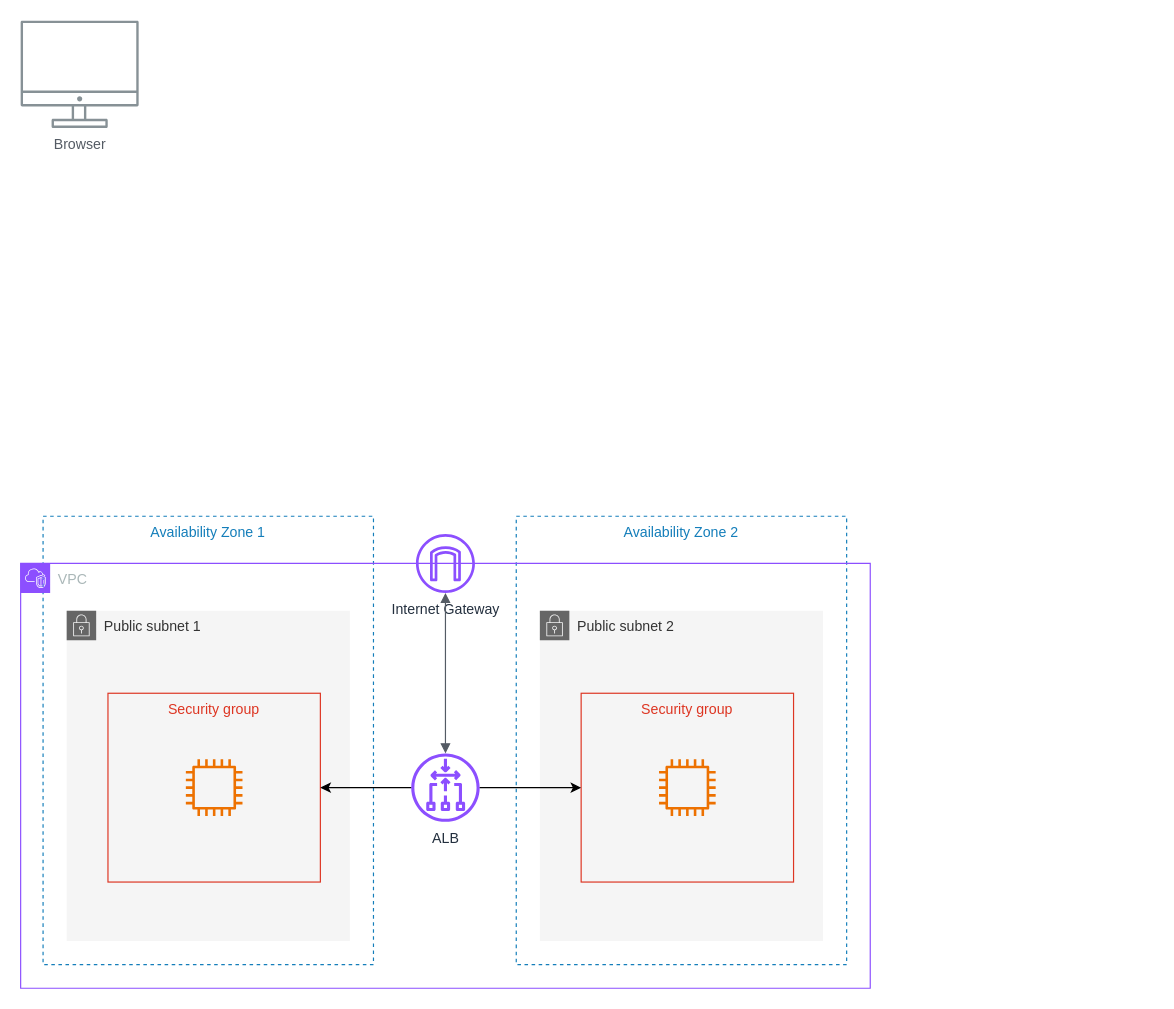
rayankhalilsebbar/draw.io keeps this draw.io diagram as Diagramme sans nom.drawio. Above is the earlier version. Source tidied: cells renumbered, new cells numbered last; positions are measured from the earlier drawing's top-left corner, leaving out a move shared by most shapes. Both pictures are drawn from the tidied source at 118%, with x=0, y=0 at pixel (20, 20).
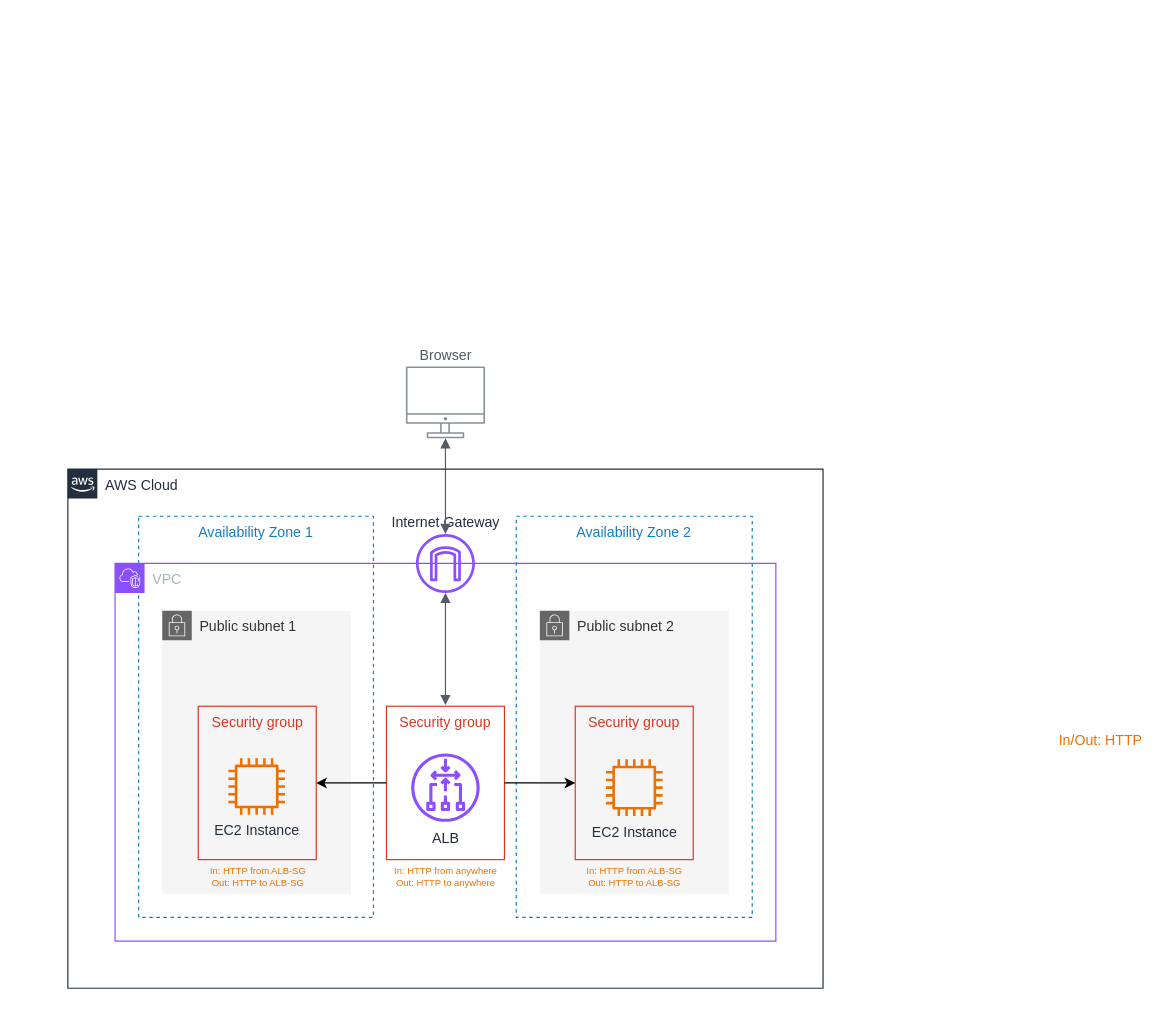
After the change.

Commit message:
Mettre à jour Diagramme sans nom.drawio

Change to the diagram source:
```diff
@@
+    <mxCell id="3" value="Availability Zone 2" style="fillColor=none;strokeColor=#147EBA;dashed=1;verticalAlign=top;fontStyle=0;fontColor=#147EBA;whiteSpace=wrap;html=1;" parent="1" vertex="1">
+      <mxGeometry x="420" y="420" width="200" height="340" as="geometry" />
+    </mxCell>
     <mxCell id="2" value="Availability Zone 1" style="fillColor=none;strokeColor=#147EBA;dashed=1;verticalAlign=top;fontStyle=0;fontColor=#147EBA;whiteSpace=wrap;html=1;" parent="1" vertex="1">
-      <mxGeometry x="19" y="420" width="280" height="380" as="geometry" />
+      <mxGeometry x="100" y="420" width="199" height="340" as="geometry" />
     </mxCell>
-    <mxCell id="3" value="Availability Zone 2" style="fillColor=none;strokeColor=#147EBA;dashed=1;verticalAlign=top;fontStyle=0;fontColor=#147EBA;whiteSpace=wrap;html=1;" parent="1" vertex="1">
-      <mxGeometry x="420" y="420" width="280" height="380" as="geometry" />
-    </mxCell>
-    <mxCell id="4" value="Browser" style="outlineConnect=0;gradientColor=none;fontColor=#545B64;strokeColor=none;fillColor=#879196;dashed=0;verticalLabelPosition=bottom;verticalAlign=top;align=center;html=1;fontSize=12;fontStyle=0;shape=mxgraph.aws4.illustration_desktop;labelBackgroundColor=#ffffff;" parent="1" vertex="1">
-      <mxGeometry width="100" height="91" as="geometry" />
+    <mxCell id="4" value="Browser" style="outlineConnect=0;gradientColor=none;fontColor=#545B64;strokeColor=none;fillColor=#879196;dashed=0;verticalLabelPosition=top;verticalAlign=bottom;align=center;html=1;fontSize=12;fontStyle=0;shape=mxgraph.aws4.illustration_desktop;labelBackgroundColor=#ffffff;labelPosition=center;" parent="1" vertex="1">
+      <mxGeometry x="326.5" y="293" width="67" height="61" as="geometry" />
     </mxCell>
     <mxCell id="5" value="Public subnet 1" style="html=1;whiteSpace=wrap;fontSize=12;fontStyle=0;shape=mxgraph.aws4.group;grIcon=mxgraph.aws4.group_security_group;grStroke=0;verticalAlign=top;align=left;spacingLeft=30;dashed=0;shadow=0;fillColor=#f5f5f5;strokeColor=#666666;fontColor=#333333;" parent="1" vertex="1">
-      <mxGeometry x="39" y="500" width="240" height="280" as="geometry" />
+      <mxGeometry x="120" y="500" width="160" height="240" as="geometry" />
     </mxCell>
     <mxCell id="6" value="Public subnet 2" style="html=1;whiteSpace=wrap;fontSize=12;fontStyle=0;shape=mxgraph.aws4.group;grIcon=mxgraph.aws4.group_security_group;grStroke=0;verticalAlign=top;align=left;spacingLeft=30;dashed=0;shadow=0;fillColor=#f5f5f5;strokeColor=#666666;fontColor=#333333;" parent="1" vertex="1">
-      <mxGeometry x="440" y="500" width="240" height="280" as="geometry" />
+      <mxGeometry x="440" y="500" width="160" height="240" as="geometry" />
     </mxCell>
-    <mxCell id="7" value="Security group" style="fillColor=none;strokeColor=#DD3522;verticalAlign=top;fontStyle=0;fontColor=#DD3522;whiteSpace=wrap;html=1;" parent="1" vertex="1">
-      <mxGeometry x="74" y="570" width="180" height="160" as="geometry" />
-    </mxCell>
-    <mxCell id="8" value="VPC" style="gradientColor=none;html=1;whiteSpace=wrap;fontSize=12;fontStyle=0;shape=mxgraph.aws4.group;grIcon=mxgraph.aws4.group_vpc2;strokeColor=#8C4FFF;fillColor=none;verticalAlign=top;align=left;spacingLeft=30;fontColor=#AAB7B8;dashed=0;" parent="1" vertex="1">
-      <mxGeometry y="460" width="720" height="360" as="geometry" />
+    <mxCell id="8" value="VPC" style="gradientColor=none;html=1;whiteSpace=wrap;fontSize=12;fontStyle=0;shape=mxgraph.aws4.group;grIcon=mxgraph.aws4.group_vpc2;strokeColor=#8C4FFF;fillColor=none;verticalAlign=top;align=left;spacingLeft=30;fontColor=#AAB7B8;dashed=0;shadow=0;fixDash=0;" parent="1" vertex="1">
+      <mxGeometry x="80" y="460" width="560" height="320" as="geometry" />
     </mxCell>
-    <mxCell id="9" value="ALB" style="sketch=0;outlineConnect=0;fontColor=#232F3E;gradientColor=none;fillColor=#8C4FFF;strokeColor=none;dashed=0;verticalLabelPosition=bottom;verticalAlign=top;align=center;html=1;fontSize=12;fontStyle=0;shape=mxgraph.aws4.gateway_load_balancer;rotation=0;labelPosition=center;spacingBottom=0;labelBorderColor=none;direction=south;" parent="8" vertex="1">
-      <mxGeometry x="331" y="161" width="58" height="58" as="geometry" />
-    </mxCell>
-    <mxCell id="10" value="Security group" style="fillColor=none;strokeColor=#DD3522;verticalAlign=top;fontStyle=0;fontColor=#DD3522;whiteSpace=wrap;html=1;" parent="1" vertex="1">
-      <mxGeometry x="475" y="570" width="180" height="160" as="geometry" />
-    </mxCell>
-    <mxCell id="11" style="sketch=0;fontColor=#232F3E;gradientColor=none;fillColor=#ED7100;strokeColor=none;dashed=0;verticalLabelPosition=bottom;verticalAlign=top;align=center;html=1;fontSize=12;fontStyle=0;shape=mxgraph.aws4.instance2;" parent="1" vertex="1">
-      <mxGeometry x="541" y="626" width="48" height="48" as="geometry" />
+    <mxCell id="11" value="EC2 Instance" style="sketch=0;fontColor=#232F3E;gradientColor=none;fillColor=#ED7100;strokeColor=none;dashed=0;verticalLabelPosition=bottom;verticalAlign=top;align=center;html=1;fontSize=12;fontStyle=0;shape=mxgraph.aws4.instance2;" parent="1" vertex="1">
+      <mxGeometry x="496" y="626" width="48" height="48" as="geometry" />
     </mxCell>
-    <mxCell id="12" style="sketch=0;fontColor=#232F3E;gradientColor=none;fillColor=#ED7100;strokeColor=none;dashed=0;verticalLabelPosition=bottom;verticalAlign=top;align=center;html=1;fontSize=12;fontStyle=0;shape=mxgraph.aws4.instance2;" parent="1" vertex="1">
-      <mxGeometry x="140" y="626" width="48" height="48" as="geometry" />
+    <mxCell id="12" value="EC2 Instance" style="sketch=0;fontColor=#232F3E;gradientColor=none;fillColor=#ED7100;strokeColor=none;dashed=0;verticalLabelPosition=bottom;verticalAlign=top;align=center;html=1;fontSize=12;fontStyle=0;shape=mxgraph.aws4.instance2;" parent="1" vertex="1">
+      <mxGeometry x="176" y="625" width="48" height="48" as="geometry" />
     </mxCell>
-    <mxCell id="13" value="Internet Gateway" style="outlineConnect=0;fontColor=#232F3E;gradientColor=none;fillColor=#8C4FFF;strokeColor=none;verticalLabelPosition=bottom;verticalAlign=top;align=center;html=1;fontSize=12;fontStyle=0;shape=mxgraph.aws4.internet_gateway;shadow=0;" parent="1" vertex="1">
+    <mxCell id="13" value="Internet Gateway" style="outlineConnect=0;fontColor=#232F3E;gradientColor=none;fillColor=#8C4FFF;strokeColor=none;verticalLabelPosition=top;verticalAlign=bottom;align=center;html=1;fontSize=12;fontStyle=0;shape=mxgraph.aws4.internet_gateway;shadow=0;labelPosition=center;fillStyle=auto;" parent="1" vertex="1">
       <mxGeometry x="335" y="435" width="50" height="50" as="geometry" />
     </mxCell>
+    <mxCell id="16" style="edgeStyle=orthogonalEdgeStyle;html=1;endArrow=block;elbow=vertical;startArrow=block;startFill=1;endFill=1;strokeColor=#545B64;rounded=0;" parent="1" edge="1" source="13">
+      <mxGeometry relative="1" as="geometry">
+        <mxPoint x="360" y="580" as="targetPoint" />
+      </mxGeometry>
+    </mxCell>
+    <mxCell id="17" style="edgeStyle=orthogonalEdgeStyle;html=1;endArrow=block;elbow=vertical;startArrow=block;startFill=1;endFill=1;strokeColor=#545B64;rounded=0;" parent="1" edge="1" source="4" target="13">
+      <mxGeometry relative="1" as="geometry" />
+    </mxCell>
+    <mxCell id="18" value="AWS Cloud" style="gradientColor=none;html=1;whiteSpace=wrap;fontSize=12;fontStyle=0;shape=mxgraph.aws4.group;grIcon=mxgraph.aws4.group_aws_cloud_alt;strokeColor=#232F3E;fillColor=none;verticalAlign=top;align=left;spacingLeft=30;fontColor=#232F3E;dashed=0;" parent="1" vertex="1">
+      <mxGeometry x="40" y="380" width="640" height="440" as="geometry" />
+    </mxCell>
+    <mxCell id="19" value="&lt;font color=&quot;#ed7100&quot;&gt;In/Out: HTTP&lt;/font&gt;" style="text;html=1;align=center;verticalAlign=middle;strokeColor=none;fillColor=none;" parent="1" vertex="1">
+      <mxGeometry x="870" y="595" width="90" height="30" as="geometry" />
+    </mxCell>
+    <mxCell id="9" value="ALB" style="sketch=0;outlineConnect=0;fontColor=#232F3E;gradientColor=none;fillColor=#8C4FFF;strokeColor=none;dashed=0;verticalLabelPosition=bottom;verticalAlign=top;align=center;html=1;fontSize=12;fontStyle=0;shape=mxgraph.aws4.gateway_load_balancer;rotation=0;labelPosition=center;spacingBottom=0;labelBorderColor=none;direction=south;" parent="1" vertex="1">
+      <mxGeometry x="331" y="621" width="58" height="58" as="geometry" />
+    </mxCell>
+    <mxCell id="20" value="Security group" style="fillColor=none;strokeColor=#DD3522;verticalAlign=top;fontStyle=0;fontColor=#DD3522;whiteSpace=wrap;html=1;" parent="1" vertex="1">
+      <mxGeometry x="470" y="581" width="100" height="130" as="geometry" />
+    </mxCell>
+    <mxCell id="21" value="Security group" style="fillColor=none;strokeColor=#DD3522;verticalAlign=top;fontStyle=0;fontColor=#DD3522;whiteSpace=wrap;html=1;" parent="1" vertex="1">
+      <mxGeometry x="150.5" y="581" width="100" height="130" as="geometry" />
+    </mxCell>
+    <mxCell id="22" value="Security group" style="fillColor=none;strokeColor=#DD3522;verticalAlign=top;fontStyle=0;fontColor=#DD3522;whiteSpace=wrap;html=1;" parent="1" vertex="1">
+      <mxGeometry x="310" y="581" width="100" height="130" as="geometry" />
+    </mxCell>
+    <mxCell id="15" style="edgeStyle=orthogonalEdgeStyle;rounded=0;jettySize=auto;html=1;exitX=1;exitY=0.5;exitDx=0;exitDy=0;" parent="1" edge="1" source="22" target="20">
+      <mxGeometry relative="1" as="geometry" />
+    </mxCell>
-    <mxCell id="14" style="edgeStyle=orthogonalEdgeStyle;rounded=0;jettySize=auto;html=1;" parent="1" edge="1" source="9" target="7">
+    <mxCell id="14" style="edgeStyle=orthogonalEdgeStyle;rounded=0;jettySize=auto;html=1;entryX=1;entryY=0.5;entryDx=0;entryDy=0;" parent="1" edge="1" source="22" target="21">
       <mxGeometry relative="1" as="geometry" />
     </mxCell>
-    <mxCell id="15" style="edgeStyle=orthogonalEdgeStyle;rounded=0;jettySize=auto;html=1;entryX=0;entryY=0.5;entryDx=0;entryDy=0;" parent="1" edge="1" source="9" target="10">
-      <mxGeometry relative="1" as="geometry" />
-    </mxCell>
-    <mxCell id="16" style="edgeStyle=orthogonalEdgeStyle;html=1;endArrow=block;elbow=vertical;startArrow=block;startFill=1;endFill=1;strokeColor=#545B64;rounded=0;" parent="1" edge="1" source="13" target="9">
-      <mxGeometry relative="1" as="geometry" />
-    </mxCell>
+    <mxCell id="23" value="In: HTTP from ALB-SG&lt;br&gt;Out: HTTP to ALB-SG" style="text;html=1;align=center;verticalAlign=middle;strokeColor=none;fillColor=none;fontStyle=0;fontSize=8;fontColor=#ed7100;" parent="1" vertex="1">
+      <mxGeometry x="150.5" y="711" width="100" height="30" as="geometry" />
+    </mxCell>
+    <mxCell id="24" value="In: HTTP from ALB-SG&lt;br&gt;Out: HTTP to ALB-SG" style="text;html=1;align=center;verticalAlign=middle;strokeColor=none;fillColor=none;fontStyle=0;fontSize=8;fontColor=#ed7100;" parent="1" vertex="1">
+      <mxGeometry x="470" y="711" width="100" height="30" as="geometry" />
+    </mxCell>
+    <mxCell id="25" value="In: HTTP from anywhere&lt;br&gt;Out: HTTP to anywhere" style="text;html=1;align=center;verticalAlign=middle;strokeColor=none;fillColor=none;fontStyle=0;fontSize=8;fontColor=#ed7100;" parent="1" vertex="1">
+      <mxGeometry x="305" y="711" width="110" height="30" as="geometry" />
+    </mxCell>
```
